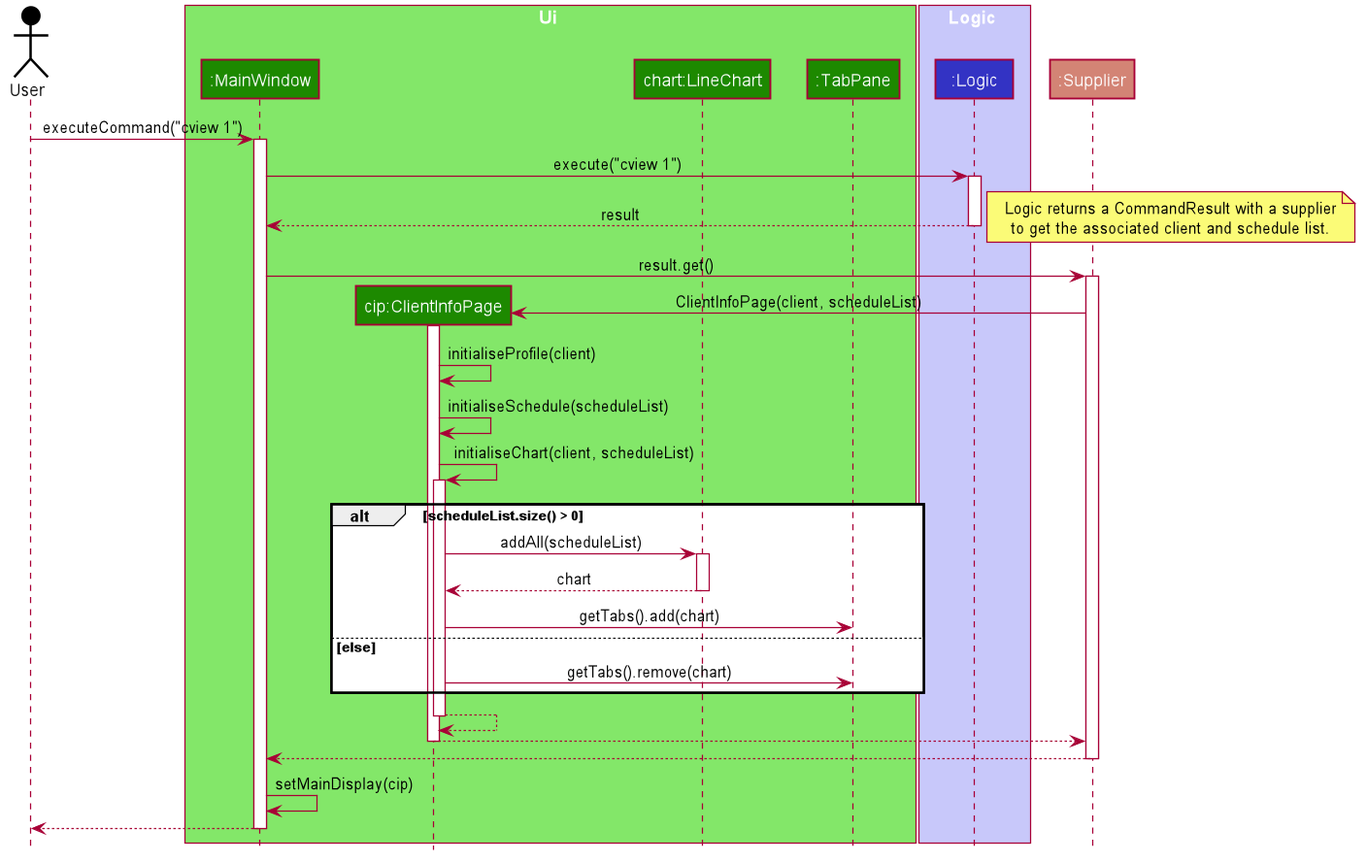
Before: docs/images/ClientViewWeightSequenceDiagram.png, a diagram exported from PlantUML (tanweijie123/tp). Its diagram source:
```plantuml
@startuml








skinparam BackgroundColor #FFFFFFF

skinparam Shadowing false

skinparam Class {
    FontColor #FFFFFF
    BorderThickness 1
    BorderColor #FFFFFF
    StereotypeFontColor #FFFFFF
    FontName Arial
}

skinparam Actor {
    BorderColor #000000
    Color #000000
    FontName Arial
}

skinparam Sequence {
    MessageAlign center
    BoxFontSize 15
    BoxPadding 0
    BoxFontColor #FFFFFF
    FontName Arial
}

skinparam Participant {
    FontColor #FFFFFFF
    Padding 20
}

skinparam MinClassWidth 50
skinparam ParticipantPadding 10
skinparam Shadowing false
skinparam DefaultTextAlignment center
skinparam packageStyle Rectangle

hide footbox
hide members
hide circle

Actor User as user #000000
box Ui #83E769
participant ":MainWindow" as MainWindow #1D8900
participant "cip:ClientInfoPage" as ClientInfoPage #1D8900
participant "chart:LineChart" as LineChart #1D8900
participant ":TabPane" as TabPane #1D8900
end box

box Logic #C8C8FA
participant ":Logic" as Logic #3333C4
end box

Participant ":Supplier" as Supplier #d38475

user -> MainWindow : executeCommand("cview 1")
activate MainWindow

MainWindow -> Logic : execute("cview 1")
activate Logic

Logic --> MainWindow : result

note right
Logic returns a CommandResult with a supplier
to get the associated client and schedule list.
end note

deactivate Logic

MainWindow -> Supplier : result.get()
activate Supplier

create ClientInfoPage
Supplier -> ClientInfoPage : ClientInfoPage(client, scheduleList)
activate ClientInfoPage

ClientInfoPage -> ClientInfoPage : initialiseProfile(client)
ClientInfoPage -> ClientInfoPage : initialiseSchedule(scheduleList)
ClientInfoPage -> ClientInfoPage : initialiseChart(client, scheduleList)
activate ClientInfoPage

alt scheduleList.size() > 0
    ClientInfoPage -> LineChart : addAll(scheduleList)
    activate LineChart

    LineChart --> ClientInfoPage : chart
    deactivate LineChart

    ClientInfoPage -> TabPane : getTabs().add(chart)

else else
    ClientInfoPage -> TabPane : getTabs().remove(chart)

end alt

ClientInfoPage --> ClientInfoPage
deactivate ClientInfoPage

ClientInfoPage --> Supplier
deactivate ClientInfoPage

Supplier --> MainWindow
deactivate Supplier

MainWindow -> MainWindow : setMainDisplay(cip)

MainWindow --> user
deactivate MainWindow

@enduml
```
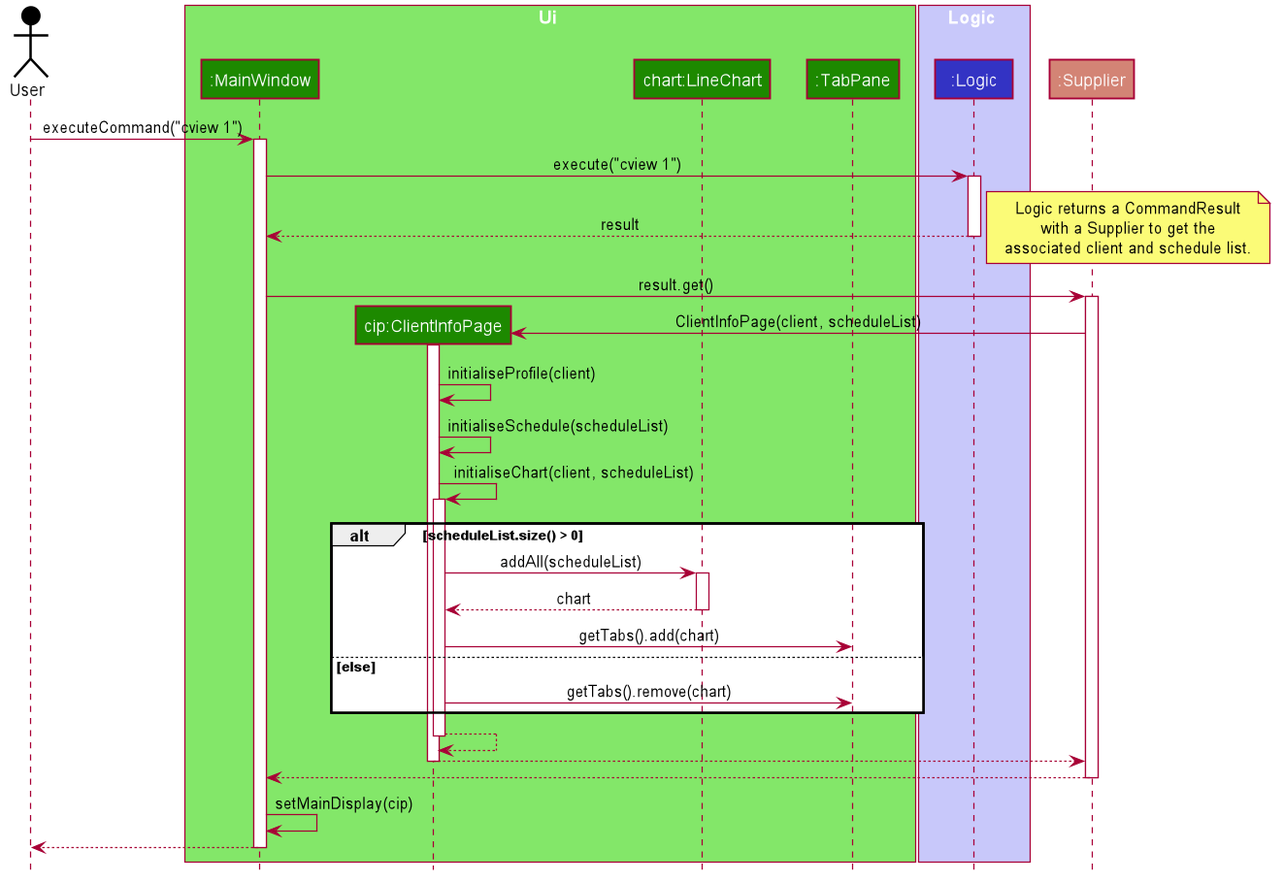
The same diagram one commit later.

Commit message:
Update cview sequence diagram to make note smaller

Diff of the diagram source:
```diff
@@ -71,8 +71,9 @@
 Logic --> MainWindow : result
 
 note right
-Logic returns a CommandResult with a supplier
-to get the associated client and schedule list.
+Logic returns a CommandResult
+with a Supplier to get the
+associated client and schedule list.
 end note
 
 deactivate Logic
```
